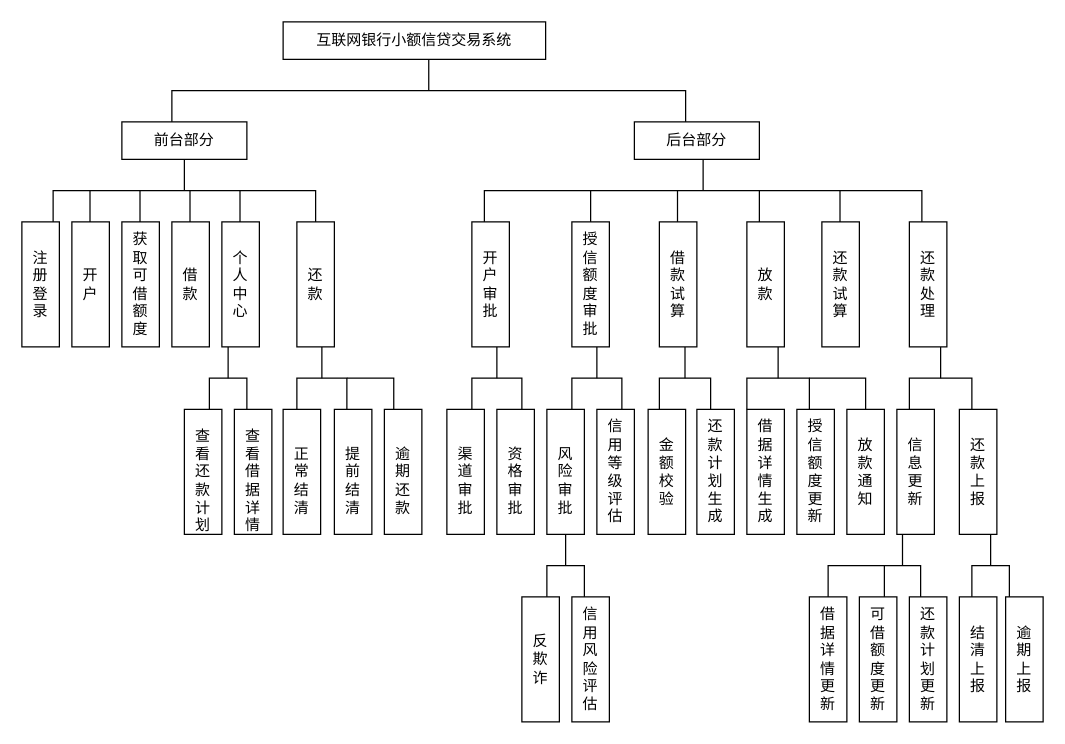
Above: 功能模块图.drawio in wuxiao-web/graduationThesis (draw.io), before the change. Source tidied: cells renumbered, new cells numbered last; positions are measured from the earlier drawing's top-left corner, leaving out a move shared by most shapes. Both pictures are drawn from the tidied source at 125%, with x=0, y=0 at pixel (21, 21).
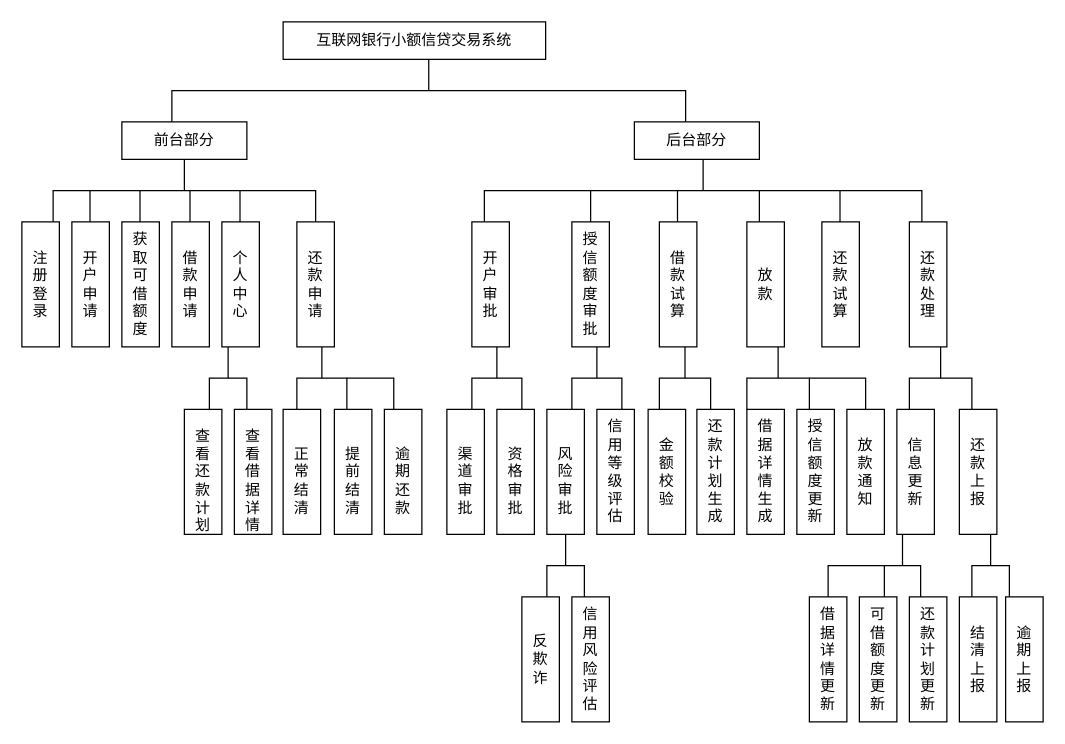
Above is the later version.

Commit message:
更新功能模块图.drawio

The edit, as a diff of the source:
```diff
@@
-    <mxCell id="8" value="开&lt;br&gt;户" style="rounded=0;whiteSpace=wrap;html=1;direction=south;" parent="1" vertex="1">
+    <mxCell id="8" value="开&lt;br&gt;户&lt;br&gt;申&lt;br&gt;请" style="rounded=0;whiteSpace=wrap;html=1;direction=south;" parent="1" vertex="1">
       <mxGeometry x="40" y="160" width="30" height="100" as="geometry" />
     </mxCell>
@@
-    <mxCell id="11" value="还&lt;br&gt;款" style="rounded=0;whiteSpace=wrap;html=1;direction=south;" parent="1" vertex="1">
+    <mxCell id="11" value="还&lt;br&gt;款&lt;br&gt;申&lt;br&gt;请" style="rounded=0;whiteSpace=wrap;html=1;direction=south;" parent="1" vertex="1">
       <mxGeometry x="220" y="160" width="30" height="100" as="geometry" />
     </mxCell>
-    <mxCell id="12" value="借&lt;br&gt;款" style="rounded=0;whiteSpace=wrap;html=1;direction=south;" parent="1" vertex="1">
+    <mxCell id="12" value="借&lt;br&gt;款&lt;br&gt;申&lt;br&gt;请" style="rounded=0;whiteSpace=wrap;html=1;direction=south;" parent="1" vertex="1">
       <mxGeometry x="120" y="160" width="30" height="100" as="geometry" />
     </mxCell>
```
